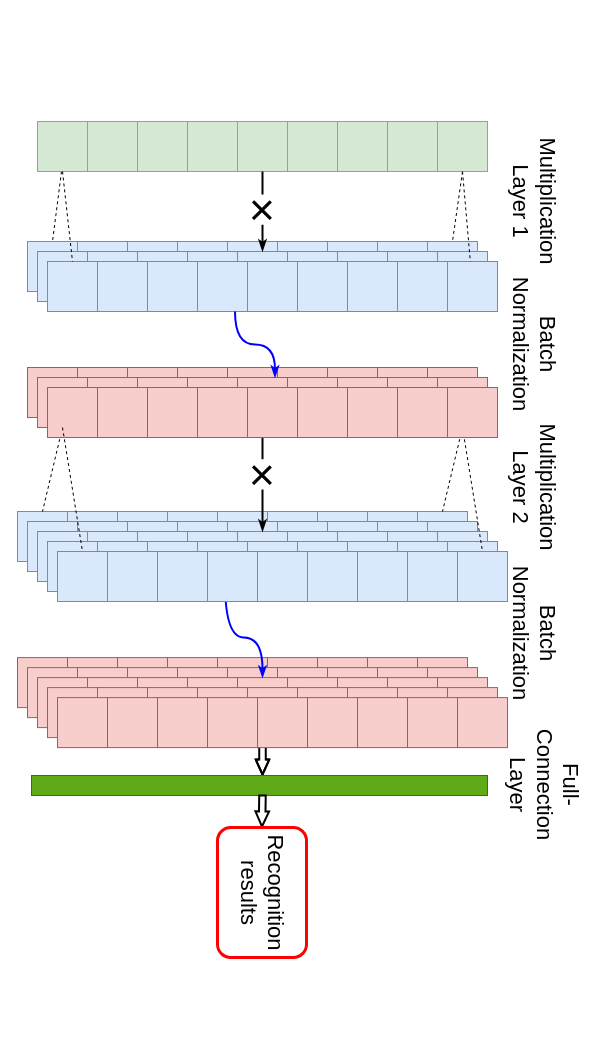
Above: FMNN2.drawio in 1009351456/Anonymous (draw.io), before the change. Source tidied: cells renumbered, new cells numbered last; positions are measured from the earlier drawing's top-left corner, leaving out a move shared by most shapes. Both pictures are drawn from the tidied source at 100%, with x=0, y=0 at pixel (17, 121).
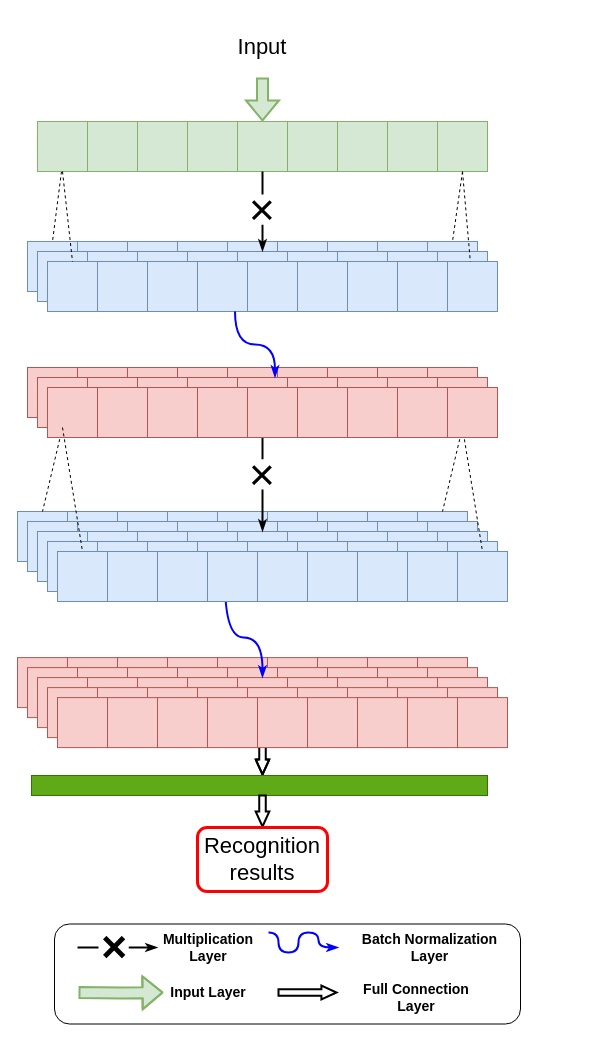
After the change.

The change refers to these unchanged cells:
```xml
<mxCell id="19" style="rounded=0;whiteSpace=wrap;html=1;fillColor=#d5e8d4;strokeColor=#82b366;" parent="1" vertex="1">
  <mxGeometry x="220" width="50" height="50" as="geometry" />
</mxCell>
```

The edit, as a diff of the source:
```diff
@@
-    <mxCell id="84" value="Multiplication Layer 1" style="rounded=0;whiteSpace=wrap;html=1;fontSize=22;align=center;strokeColor=none;fontFamily=Helvetica;rotation=90;" parent="1" vertex="1">
-      <mxGeometry x="470" y="56" width="94" height="48" as="geometry" />
-    </mxCell>
-    <mxCell id="85" value="Batch Normalization&lt;br style=&quot;font-size: 22px;&quot;&gt;" style="rounded=0;whiteSpace=wrap;html=1;fontSize=22;align=center;strokeColor=none;fontFamily=Helvetica;rotation=90;" parent="1" vertex="1">
-      <mxGeometry x="470" y="199" width="94" height="48" as="geometry" />
-    </mxCell>
@@
-    <mxCell id="124" value="Full-Connection&lt;br&gt;Layer&lt;br&gt;" style="rounded=0;whiteSpace=wrap;html=1;fontSize=22;align=center;strokeColor=none;fontFamily=Helvetica;rotation=90;" parent="1" vertex="1">
-      <mxGeometry x="480" y="648" width="94" height="31" as="geometry" />
-    </mxCell>
-    <mxCell id="125" style="edgeStyle=orthogonalEdgeStyle;shape=flexArrow;curved=1;rounded=0;jettySize=auto;html=1;labelBackgroundColor=none;endArrow=classicThin;endFill=1;strokeColor=#000000;strokeWidth=2;fontFamily=Times New Roman;fontSize=30;width=5.517241379310345;endSize=4.365517241379311;endWidth=5.1605231866825205;entryX=0.5;entryY=1;entryDx=0;entryDy=0;" parent="1" edge="1" target="132">
+    <mxCell id="125" style="edgeStyle=orthogonalEdgeStyle;shape=flexArrow;curved=1;rounded=0;jettySize=auto;html=1;labelBackgroundColor=none;endArrow=classicThin;endFill=1;strokeColor=#000000;strokeWidth=2;fontFamily=Times New Roman;fontSize=30;width=5.517241379310345;endSize=4.365517241379311;endWidth=5.1605231866825205;entryX=0;entryY=0.5;entryDx=0;entryDy=0;" parent="1" edge="1" target="132">
       <mxGeometry relative="1" as="geometry">
         <mxPoint x="245" y="673" as="sourcePoint" />
       </mxGeometry>
     </mxCell>
@@
-    <mxCell id="130" value="Multiplication Layer 2" style="rounded=0;whiteSpace=wrap;html=1;fontSize=22;align=center;strokeColor=none;fontFamily=Helvetica;rotation=90;" parent="1" vertex="1">
-      <mxGeometry x="470" y="342" width="94" height="48" as="geometry" />
-    </mxCell>
-    <mxCell id="131" value="Batch Normalization&lt;br style=&quot;font-size: 22px;&quot;&gt;" style="rounded=0;whiteSpace=wrap;html=1;fontSize=22;align=center;strokeColor=none;fontFamily=Helvetica;rotation=90;" parent="1" vertex="1">
-      <mxGeometry x="470" y="488" width="94" height="48" as="geometry" />
-    </mxCell>
-    <mxCell id="132" value="Recognition results" style="rounded=1;whiteSpace=wrap;html=1;fontSize=22;strokeColor=#FF0000;strokeWidth=3;flipV=0;horizontal=0;rotation=-180;fontFamily=Helvetica;fontStyle=0;" parent="1" vertex="1">
-      <mxGeometry x="200" y="706" width="89" height="130" as="geometry" />
+    <mxCell id="132" value="Recognition results" style="rounded=1;whiteSpace=wrap;html=1;fontSize=22;strokeColor=#FF0000;strokeWidth=3;flipV=0;horizontal=0;rotation=90;fontFamily=Helvetica;fontStyle=0;" parent="1" vertex="1">
+      <mxGeometry x="213" y="673" width="64" height="130" as="geometry" />
     </mxCell>
@@
+    <mxCell id="180" style="edgeStyle=orthogonalEdgeStyle;rounded=0;jettySize=auto;html=1;exitX=0.5;exitY=1;exitDx=0;exitDy=0;entryX=0.5;entryY=0;entryDx=0;entryDy=0;strokeWidth=2;fontSize=13;shape=flexArrow;strokeColor=#82b366;fillColor=#d5e8d4;" parent="1" edge="1" source="181" target="19">
+      <mxGeometry relative="1" as="geometry" />
+    </mxCell>
+    <mxCell id="181" value="Input" style="rounded=0;whiteSpace=wrap;html=1;fontSize=22;strokeColor=none;fillColor=none;" parent="1" vertex="1">
+      <mxGeometry x="185" y="-104" width="120" height="60" as="geometry" />
+    </mxCell>
+    <mxCell id="182" style="rounded=1;whiteSpace=wrap;html=1;fillColor=none;fontStyle=1;" parent="1" vertex="1">
+      <mxGeometry x="37" y="802.5" width="466" height="100" as="geometry" />
+    </mxCell>
+    <mxCell id="183" style="edgeStyle=none;rounded=0;jettySize=auto;html=1;exitX=0.5;exitY=1;exitDx=0;exitDy=0;fontSize=45;endArrow=classicThin;endFill=1;strokeWidth=2;fontStyle=1;" parent="1" edge="1" source="184">
+      <mxGeometry relative="1" as="geometry">
+        <mxPoint x="140" y="826" as="targetPoint" />
+      </mxGeometry>
+    </mxCell>
+    <mxCell id="184" value="×" style="rounded=0;whiteSpace=wrap;html=1;textDirection=ltr;labelPosition=center;verticalLabelPosition=middle;align=center;verticalAlign=middle;fontSize=45;strokeColor=none;rotation=-90;fontStyle=1;" parent="1" vertex="1">
+      <mxGeometry x="81" y="811" width="30" height="30" as="geometry" />
+    </mxCell>
+    <mxCell id="185" style="endArrow=none;html=1;fontSize=45;exitX=0.5;exitY=0;exitDx=0;exitDy=0;strokeWidth=2;fontStyle=1;" parent="1" edge="1" source="184">
+      <mxGeometry relative="1" as="geometry">
+        <mxPoint x="60" y="826" as="targetPoint" />
+      </mxGeometry>
+    </mxCell>
+    <mxCell id="186" value="Multiplication&lt;br style=&quot;font-size: 14px;&quot;&gt;Layer&lt;br style=&quot;font-size: 14px;&quot;&gt;" style="rounded=1;whiteSpace=wrap;html=1;fontSize=14;strokeColor=none;strokeWidth=3;flipV=0;horizontal=0;rotation=90;fontFamily=Helvetica;fontStyle=1;" parent="1" vertex="1">
+      <mxGeometry x="172" y="781" width="38" height="90" as="geometry" />
+    </mxCell>
+    <mxCell id="187" style="edgeStyle=orthogonalEdgeStyle;curved=1;rounded=0;orthogonalLoop=1;jettySize=auto;html=1;fontFamily=Helvetica;fontSize=45;fontColor=#000000;strokeColor=#0000FF;strokeWidth=2;endFill=1;endArrow=classicThin;fontStyle=1;" parent="1" edge="1">
+      <mxGeometry relative="1" as="geometry">
+        <mxPoint x="251" y="811" as="sourcePoint" />
+        <mxPoint x="321" y="826" as="targetPoint" />
+        <Array as="points">
+          <mxPoint x="261" y="811" />
+          <mxPoint x="261" y="831" />
+          <mxPoint x="281" y="831" />
+          <mxPoint x="281" y="811" />
+          <mxPoint x="301" y="811" />
+          <mxPoint x="301" y="826" />
+          <mxPoint x="321" y="826" />
+        </Array>
+      </mxGeometry>
+    </mxCell>
+    <mxCell id="188" value="Batch Normalization Layer&lt;br style=&quot;font-size: 14px;&quot;&gt;" style="rounded=1;whiteSpace=wrap;html=1;fontSize=14;strokeColor=none;strokeWidth=3;flipV=0;horizontal=0;rotation=90;fontFamily=Helvetica;fontStyle=1;" parent="1" vertex="1">
+      <mxGeometry x="393" y="749.5" width="38" height="153" as="geometry" />
+    </mxCell>
+    <mxCell id="189" style="edgeStyle=orthogonalEdgeStyle;rounded=0;jettySize=auto;html=1;strokeWidth=2;fontSize=13;shape=flexArrow;strokeColor=#82b366;fillColor=#d5e8d4;entryX=0.5;entryY=1;entryDx=0;entryDy=0;fontStyle=1;" parent="1" edge="1" target="190">
+      <mxGeometry relative="1" as="geometry">
+        <mxPoint x="61" y="871" as="sourcePoint" />
+      </mxGeometry>
+    </mxCell>
+    <mxCell id="190" value="Input Layer&lt;br style=&quot;font-size: 14px;&quot;&gt;" style="rounded=1;whiteSpace=wrap;html=1;fontSize=14;strokeColor=none;strokeWidth=3;flipV=0;horizontal=0;rotation=90;fontFamily=Helvetica;fontStyle=1;" parent="1" vertex="1">
+      <mxGeometry x="172" y="826" width="38" height="90" as="geometry" />
+    </mxCell>
+    <mxCell id="191" style="edgeStyle=orthogonalEdgeStyle;shape=flexArrow;curved=1;rounded=0;orthogonalLoop=1;jettySize=auto;html=1;labelBackgroundColor=none;endArrow=classicThin;endFill=1;strokeColor=#000000;strokeWidth=2;fontFamily=Times New Roman;fontSize=30;width=5.517241379310345;endSize=4.365517241379311;endWidth=5.1605231866825205;fontStyle=1;" parent="1" edge="1">
+      <mxGeometry relative="1" as="geometry">
+        <mxPoint x="260" y="871" as="sourcePoint" />
+        <mxPoint x="320" y="871" as="targetPoint" />
+      </mxGeometry>
+    </mxCell>
+    <mxCell id="192" value="Full Connection Layer&lt;br style=&quot;font-size: 14px;&quot;&gt;" style="rounded=1;whiteSpace=wrap;html=1;fontSize=14;strokeColor=none;strokeWidth=3;flipV=0;horizontal=0;rotation=90;fontFamily=Helvetica;fontStyle=1;" parent="1" vertex="1">
+      <mxGeometry x="380" y="821" width="38" height="110" as="geometry" />
+    </mxCell>
```
